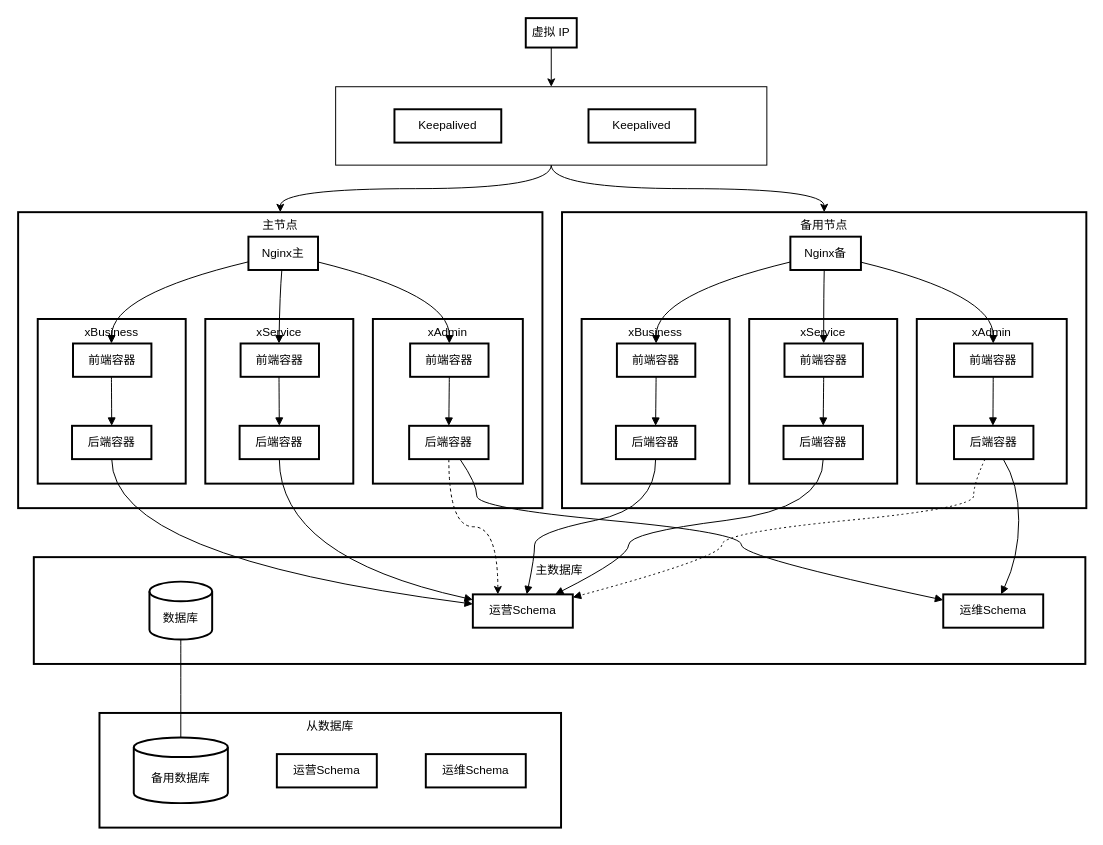
Earlier version of the draw.io diagram 未命名绘图.drawio (bachcuda/etltool). Source tidied: cells renumbered, new cells numbered last; positions are measured from the earlier drawing's top-left corner, leaving out a move shared by most shapes. Both pictures are drawn from the tidied source at 98%, with x=0, y=0 at pixel (18, 18).
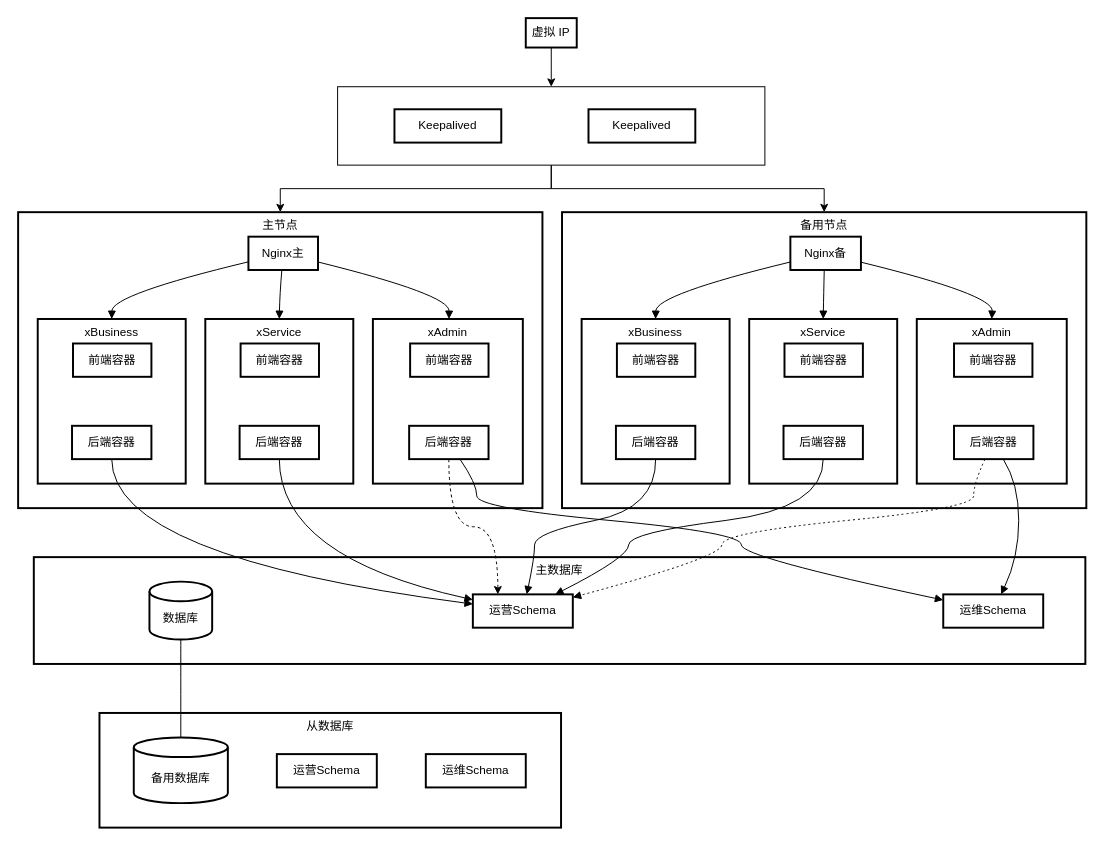
The same diagram, later.

Commit message (it also covers changes not shown here):
更新未命名绘图.drawio

Unchanged cells that the change refers to:
```xml
<mxCell id="13" value="备用节点" style="whiteSpace=wrap;strokeWidth=2;verticalAlign=top;" parent="1" vertex="1">
  <mxGeometry x="555" y="198" width="535" height="302" as="geometry" />
</mxCell>
<mxCell id="14" value="Nginx备" style="whiteSpace=wrap;strokeWidth=2;" parent="1" vertex="1">
  <mxGeometry x="788" y="223" width="72" height="34" as="geometry" />
</mxCell>
<mxCell id="15" value="xBusiness" style="whiteSpace=wrap;strokeWidth=2;verticalAlign=top;" parent="1" vertex="1">
  <mxGeometry x="575" y="307" width="151" height="168" as="geometry" />
</mxCell>
<mxCell id="16" value="xService" style="whiteSpace=wrap;strokeWidth=2;verticalAlign=top;" parent="1" vertex="1">
  <mxGeometry x="746" y="307" width="151" height="168" as="geometry" />
</mxCell>
<mxCell id="17" value="xAdmin" style="whiteSpace=wrap;strokeWidth=2;verticalAlign=top;" parent="1" vertex="1">
  <mxGeometry x="917" y="307" width="153" height="168" as="geometry" />
</mxCell>
<mxCell id="18" value="前端容器" style="whiteSpace=wrap;strokeWidth=2;" parent="1" vertex="1">
  <mxGeometry x="955" y="332" width="80" height="34" as="geometry" />
</mxCell>
<mxCell id="19" value="后端容器" style="whiteSpace=wrap;strokeWidth=2;" parent="1" vertex="1">
  <mxGeometry x="955" y="416" width="81" height="34" as="geometry" />
</mxCell>
<mxCell id="20" value="前端容器" style="whiteSpace=wrap;strokeWidth=2;" parent="1" vertex="1">
  <mxGeometry x="782" y="332" width="80" height="34" as="geometry" />
</mxCell>
<mxCell id="21" value="后端容器" style="whiteSpace=wrap;strokeWidth=2;" parent="1" vertex="1">
  <mxGeometry x="781" y="416" width="81" height="34" as="geometry" />
</mxCell>
<mxCell id="22" value="前端容器" style="whiteSpace=wrap;strokeWidth=2;" parent="1" vertex="1">
  <mxGeometry x="611" y="332" width="80" height="34" as="geometry" />
</mxCell>
<mxCell id="23" value="后端容器" style="whiteSpace=wrap;strokeWidth=2;" parent="1" vertex="1">
  <mxGeometry x="610" y="416" width="81" height="34" as="geometry" />
</mxCell>
<mxCell id="24" value="主节点" style="whiteSpace=wrap;strokeWidth=2;verticalAlign=top;" parent="1" vertex="1">
  <mxGeometry y="198" width="535" height="302" as="geometry" />
</mxCell>
<mxCell id="25" value="Nginx主" style="whiteSpace=wrap;strokeWidth=2;" parent="1" vertex="1">
  <mxGeometry x="235" y="223" width="71" height="34" as="geometry" />
</mxCell>
<mxCell id="26" value="xBusiness" style="whiteSpace=wrap;strokeWidth=2;verticalAlign=top;" parent="1" vertex="1">
  <mxGeometry x="20" y="307" width="151" height="168" as="geometry" />
</mxCell>
<mxCell id="27" value="xService" style="whiteSpace=wrap;strokeWidth=2;verticalAlign=top;" parent="1" vertex="1">
  <mxGeometry x="191" y="307" width="151" height="168" as="geometry" />
</mxCell>
<mxCell id="28" value="xAdmin" style="whiteSpace=wrap;strokeWidth=2;verticalAlign=top;" parent="1" vertex="1">
  <mxGeometry x="362" y="307" width="153" height="168" as="geometry" />
</mxCell>
<mxCell id="29" value="前端容器" style="whiteSpace=wrap;strokeWidth=2;" parent="1" vertex="1">
  <mxGeometry x="400" y="332" width="80" height="34" as="geometry" />
</mxCell>
<mxCell id="31" value="后端容器" style="whiteSpace=wrap;strokeWidth=2;" parent="1" vertex="1">
  <mxGeometry x="399" y="416" width="81" height="34" as="geometry" />
</mxCell>
<mxCell id="32" value="前端容器" style="whiteSpace=wrap;strokeWidth=2;" parent="1" vertex="1">
  <mxGeometry x="227" y="332" width="80" height="34" as="geometry" />
</mxCell>
<mxCell id="33" value="后端容器" style="whiteSpace=wrap;strokeWidth=2;" parent="1" vertex="1">
  <mxGeometry x="226" y="416" width="81" height="34" as="geometry" />
</mxCell>
<mxCell id="34" value="前端容器" style="whiteSpace=wrap;strokeWidth=2;" parent="1" vertex="1">
  <mxGeometry x="56" y="332" width="80" height="34" as="geometry" />
</mxCell>
<mxCell id="35" value="后端容器" style="whiteSpace=wrap;strokeWidth=2;" parent="1" vertex="1">
  <mxGeometry x="55" y="416" width="81" height="34" as="geometry" />
</mxCell>
```

Diff of the diagram source:
```diff
@@
-    <mxCell id="2" style="edgeStyle=orthogonalEdgeStyle;rounded=0;jettySize=auto;html=1;entryX=0.5;entryY=0;entryDx=0;entryDy=0;curved=1;" parent="1" edge="1" source="4" target="24">
+    <mxCell id="2" style="edgeStyle=orthogonalEdgeStyle;rounded=0;jettySize=auto;html=1;entryX=0.5;entryY=0;entryDx=0;entryDy=0;" parent="1" edge="1" source="4" target="24">
       <mxGeometry relative="1" as="geometry" />
     </mxCell>
-    <mxCell id="3" style="edgeStyle=orthogonalEdgeStyle;rounded=0;jettySize=auto;html=1;entryX=0.5;entryY=0;entryDx=0;entryDy=0;curved=1;" parent="1" edge="1" source="4" target="13">
+    <mxCell id="3" style="edgeStyle=orthogonalEdgeStyle;rounded=0;jettySize=auto;html=1;entryX=0.5;entryY=0;entryDx=0;entryDy=0;" parent="1" edge="1" source="4" target="13">
       <mxGeometry relative="1" as="geometry" />
     </mxCell>
     <mxCell id="4" style="rounded=0;whiteSpace=wrap;html=1;" parent="1" vertex="1">
-      <mxGeometry x="324" y="70" width="440" height="80" as="geometry" />
+      <mxGeometry x="326" y="70" width="436" height="80" as="geometry" />
     </mxCell>
@@
-    <mxCell id="39" style="curved=1;startArrow=none;endArrow=block;exitX=0.01;exitY=0.75;entryX=0.49;entryY=0;rounded=0;" parent="1" edge="1" source="25" target="34">
+    <mxCell id="39" style="curved=1;startArrow=none;endArrow=block;exitX=0.01;exitY=0.75;entryX=0.5;entryY=0;rounded=0;entryDx=0;entryDy=0;" parent="1" edge="1" source="25" target="26">
       <mxGeometry relative="1" as="geometry">
         <Array as="points">
           <mxPoint x="96" y="282" />
         </Array>
       </mxGeometry>
     </mxCell>
-    <mxCell id="40" style="curved=1;startArrow=none;endArrow=block;exitX=0.48;exitY=1;entryX=0.49;entryY=0;rounded=0;" parent="1" edge="1" source="25" target="32">
+    <mxCell id="40" style="curved=1;startArrow=none;endArrow=block;exitX=0.48;exitY=1;entryX=0.5;entryY=0;rounded=0;entryDx=0;entryDy=0;" parent="1" edge="1" source="25" target="27">
       <mxGeometry relative="1" as="geometry">
         <Array as="points">
           <mxPoint x="267" y="282" />
         </Array>
       </mxGeometry>
     </mxCell>
-    <mxCell id="41" style="curved=1;startArrow=none;endArrow=block;exitX=1;exitY=0.76;entryX=0.5;entryY=0;rounded=0;" parent="1" edge="1" source="25" target="29">
+    <mxCell id="41" style="curved=1;startArrow=none;endArrow=block;exitX=1;exitY=0.76;rounded=0;" parent="1" edge="1" source="25" target="28">
       <mxGeometry relative="1" as="geometry">
         <Array as="points">
           <mxPoint x="440" y="282" />
         </Array>
       </mxGeometry>
     </mxCell>
-    <mxCell id="42" style="curved=1;startArrow=none;endArrow=block;exitX=0;exitY=0.76;entryX=0.5;entryY=0;rounded=0;" parent="1" edge="1" source="14" target="22">
+    <mxCell id="42" style="curved=1;startArrow=none;endArrow=block;exitX=0;exitY=0.76;entryX=0.5;entryY=0;rounded=0;entryDx=0;entryDy=0;" parent="1" edge="1" source="14" target="15">
       <mxGeometry relative="1" as="geometry">
         <Array as="points">
           <mxPoint x="651" y="282" />
         </Array>
       </mxGeometry>
     </mxCell>
-    <mxCell id="43" style="curved=1;startArrow=none;endArrow=block;exitX=0.48;exitY=1;entryX=0.5;entryY=0;rounded=0;" parent="1" edge="1" source="14" target="20">
+    <mxCell id="43" style="curved=1;startArrow=none;endArrow=block;exitX=0.48;exitY=1;entryX=0.5;entryY=0;rounded=0;entryDx=0;entryDy=0;" parent="1" edge="1" source="14" target="16">
       <mxGeometry relative="1" as="geometry">
         <Array as="points">
           <mxPoint x="822" y="282" />
         </Array>
       </mxGeometry>
     </mxCell>
-    <mxCell id="44" style="curved=1;startArrow=none;endArrow=block;exitX=0.99;exitY=0.76;entryX=0.5;entryY=0;rounded=0;" parent="1" edge="1" source="14" target="18">
+    <mxCell id="44" style="curved=1;startArrow=none;endArrow=block;exitX=0.99;exitY=0.76;entryX=0.5;entryY=0;rounded=0;entryDx=0;entryDy=0;" parent="1" edge="1" source="14" target="17">
       <mxGeometry relative="1" as="geometry">
         <Array as="points">
           <mxPoint x="995" y="282" />
         </Array>
       </mxGeometry>
     </mxCell>
-    <mxCell id="45" style="curved=1;startArrow=none;endArrow=block;exitX=0.49;exitY=1;entryX=0.5;entryY=0;rounded=0;" parent="1" edge="1" source="34" target="35">
-      <mxGeometry relative="1" as="geometry" />
-    </mxCell>
-    <mxCell id="46" style="curved=1;startArrow=none;endArrow=block;exitX=0.5;exitY=1;entryX=0.5;entryY=0;rounded=0;" parent="1" edge="1" source="22" target="23">
-      <mxGeometry relative="1" as="geometry" />
-    </mxCell>
-    <mxCell id="47" style="curved=1;startArrow=none;endArrow=block;exitX=0.49;exitY=1;entryX=0.5;entryY=0;rounded=0;" parent="1" edge="1" source="32" target="33">
-      <mxGeometry relative="1" as="geometry" />
-    </mxCell>
-    <mxCell id="48" style="curved=1;startArrow=none;endArrow=block;exitX=0.5;exitY=1;entryX=0.5;entryY=0;rounded=0;" parent="1" edge="1" source="20" target="21">
-      <mxGeometry relative="1" as="geometry" />
-    </mxCell>
-    <mxCell id="49" style="curved=1;startArrow=none;endArrow=block;exitX=0.5;exitY=1;entryX=0.5;entryY=0;rounded=0;" parent="1" edge="1" source="29" target="31">
-      <mxGeometry relative="1" as="geometry" />
-    </mxCell>
-    <mxCell id="50" style="curved=1;startArrow=none;endArrow=block;exitX=0.5;exitY=1;entryX=0.49;entryY=0;rounded=0;" parent="1" edge="1" source="18" target="19">
-      <mxGeometry relative="1" as="geometry" />
-    </mxCell>
```
